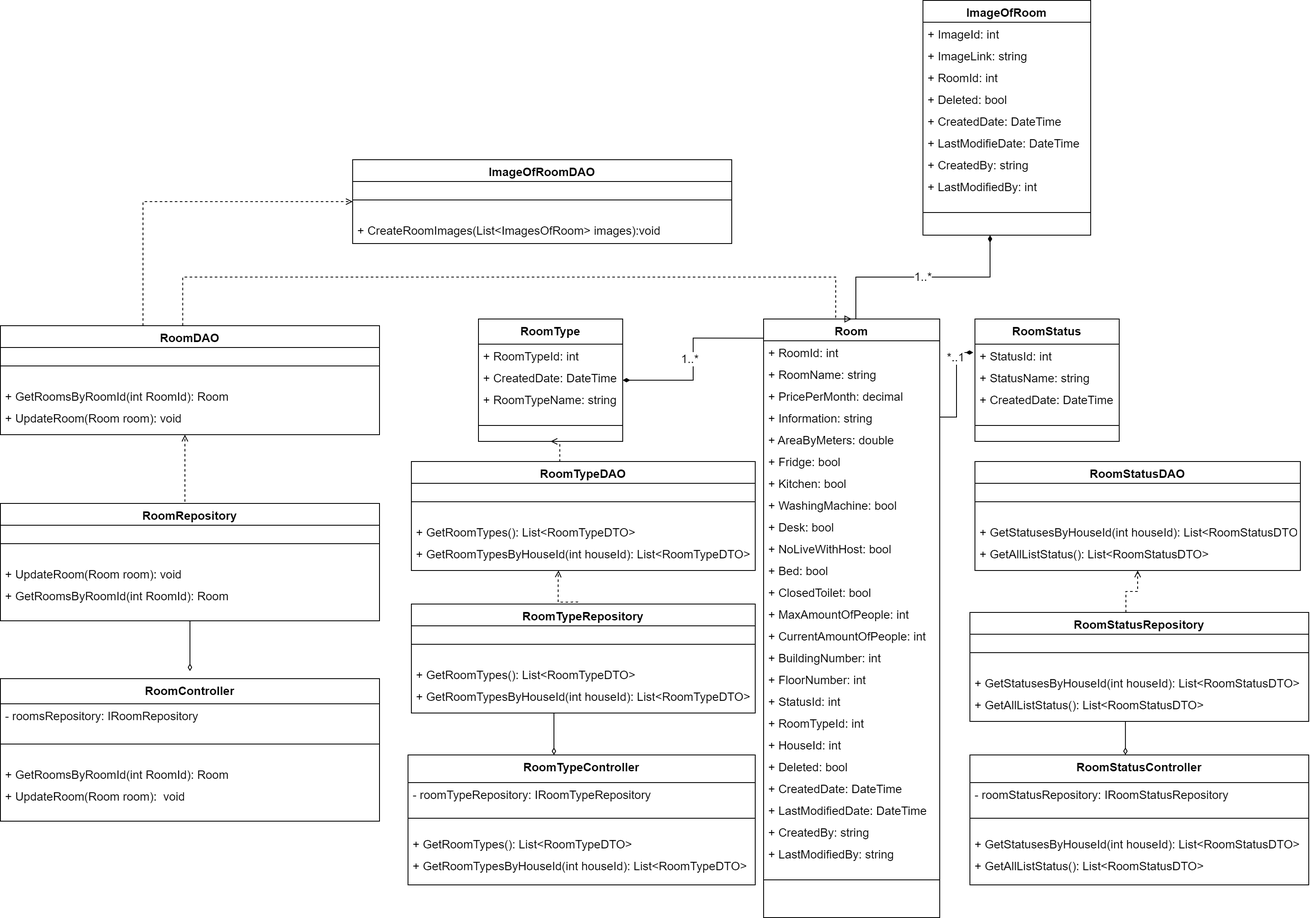
nguyenthegiang/fu-house-finder keeps this draw.io diagram as Documentation/Diagram/Class Diagrams/(Landlord) Update Room -  Class Diagram.drawio.png. Above is the earlier version. Source tidied: cells renumbered, new cells last; positions are measured from the earlier drawing's top-left corner, leaving out a move shared by most shapes.
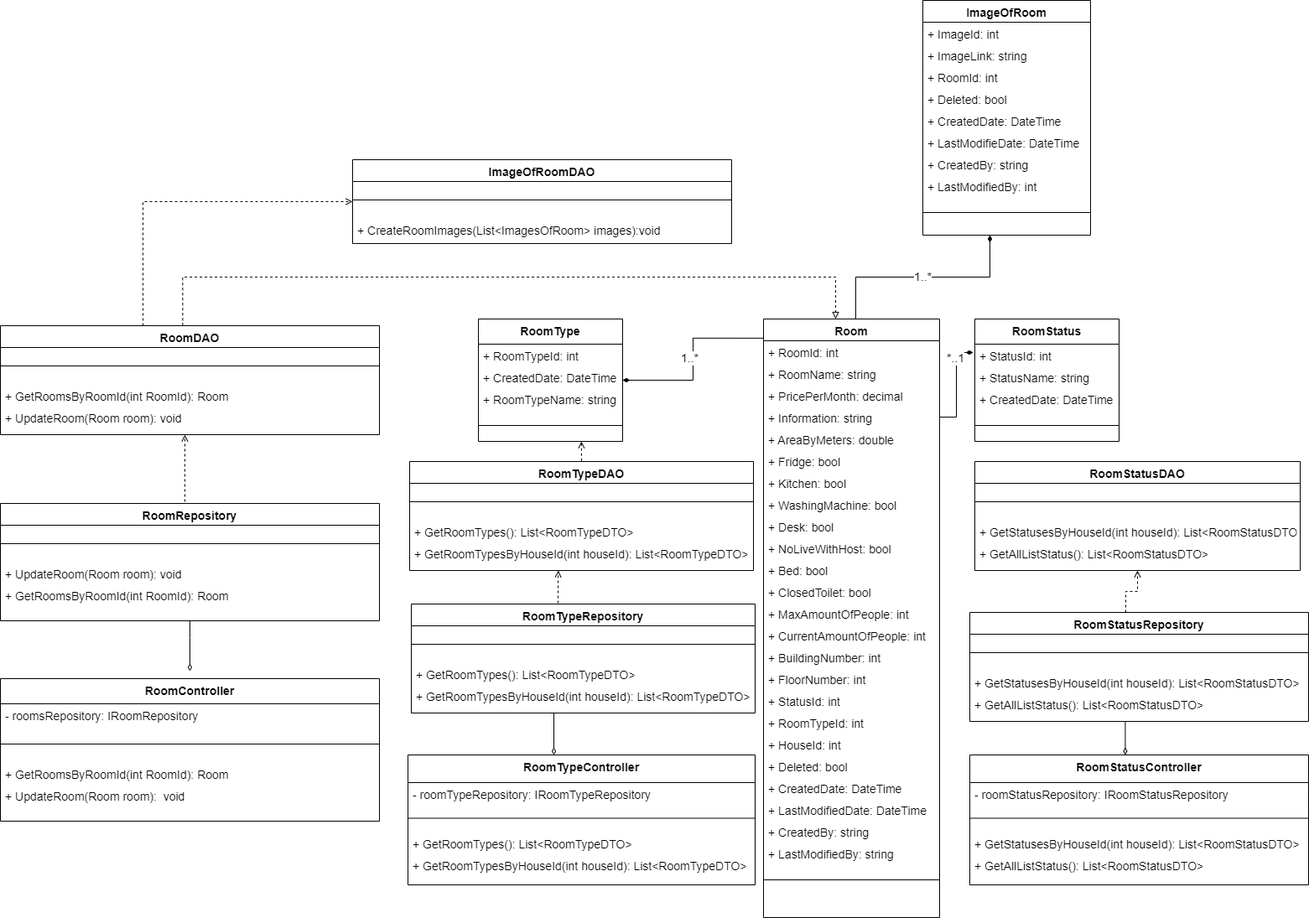
The same diagram one commit later.

What changed in the source:
```diff
@@ -158,13 +158,13 @@
     <mxCell id="48" style="line;html=1;strokeWidth=1;align=left;verticalAlign=middle;spacingTop=-1;spacingLeft=3;spacingRight=3;labelPosition=right;fontSize=14;" parent="23" vertex="1">
       <mxGeometry y="650" width="210" height="38" as="geometry" />
     </mxCell>
-    <mxCell id="49" style="edgeStyle=orthogonalEdgeStyle;rounded=0;jettySize=auto;html=1;startArrow=open;startFill=0;endArrow=none;endFill=0;dashed=1;exitX=0.5;exitY=1;exitDx=0;exitDy=0;fontSize=14;" parent="1" edge="1" source="18">
-      <mxGeometry relative="1" as="geometry">
-        <mxPoint x="667" y="550" as="targetPoint" />
+    <mxCell id="49" style="edgeStyle=orthogonalEdgeStyle;rounded=0;jettySize=auto;html=1;startArrow=open;startFill=0;endArrow=none;endFill=0;dashed=1;fontSize=14;entryX=0.5;entryY=0;entryDx=0;entryDy=0;" parent="1" edge="1" target="50">
+      <mxGeometry x="0.4" y="34" relative="1" as="geometry">
+        <mxPoint x="692.9" y="526" as="sourcePoint" />
       </mxGeometry>
     </mxCell>
     <mxCell id="50" value="RoomTypeDAO" style="swimlane;fontStyle=1;align=center;verticalAlign=top;horizontal=1;startSize=26;rounded=0;shadow=0;strokeWidth=1;fontSize=14;" parent="1" vertex="1">
-      <mxGeometry x="490" y="550" width="410" height="130" as="geometry" />
+      <mxGeometry x="488" y="550" width="410" height="130" as="geometry" />
     </mxCell>
     <mxCell id="51" style="line;html=1;strokeWidth=1;align=left;verticalAlign=middle;spacingTop=-1;spacingLeft=3;spacingRight=3;labelPosition=right;fontSize=14;" parent="50" vertex="1">
       <mxGeometry y="26" width="410" height="44" as="geometry" />
@@ -175,8 +175,9 @@
     <mxCell id="53" value="+ GetRoomTypesByHouseId(int houseId): List&lt;RoomTypeDTO&gt;" style="text;align=left;verticalAlign=top;spacingLeft=4;spacingRight=4;overflow=hidden;rounded=0;shadow=0;html=0;fontSize=14;" parent="50" vertex="1">
       <mxGeometry y="96" width="410" height="26" as="geometry" />
     </mxCell>
-    <mxCell id="54" style="edgeStyle=orthogonalEdgeStyle;rounded=0;jettySize=auto;html=1;dashed=1;startArrow=none;startFill=0;endArrow=open;endFill=0;exitX=0.485;exitY=-0.018;exitDx=0;exitDy=0;exitPerimeter=0;fontSize=14;" parent="1" edge="1" source="55">
+    <mxCell id="54" style="edgeStyle=orthogonalEdgeStyle;rounded=0;orthogonalLoop=1;jettySize=auto;html=1;dashed=1;startArrow=none;startFill=0;endArrow=open;endFill=0;fontSize=14;" parent="1" edge="1">
       <mxGeometry relative="1" as="geometry">
+        <mxPoint x="670" y="720" as="sourcePoint" />
         <mxPoint x="665.4" y="680" as="targetPoint" />
         <Array as="points">
           <mxPoint x="665" y="690" />
@@ -296,8 +297,9 @@
         <mxPoint x="1341.4" y="900" as="targetPoint" />
       </mxGeometry>
     </mxCell>
-    <mxCell id="86" style="edgeStyle=orthogonalEdgeStyle;rounded=0;jettySize=auto;html=1;dashed=1;endArrow=block;endFill=0;entryX=0.5;entryY=0;entryDx=0;entryDy=0;exitX=0.481;exitY=-0.002;exitDx=0;exitDy=0;exitPerimeter=0;fontSize=14;" parent="1" edge="1" source="2" target="23">
+    <mxCell id="86" style="edgeStyle=orthogonalEdgeStyle;rounded=0;jettySize=auto;html=1;dashed=1;endArrow=block;endFill=0;exitX=0.481;exitY=-0.002;exitDx=0;exitDy=0;exitPerimeter=0;fontSize=14;" parent="1" edge="1" source="2">
       <mxGeometry relative="1" as="geometry">
+        <mxPoint x="996" y="380" as="targetPoint" />
         <Array as="points">
           <mxPoint x="217" y="330" />
           <mxPoint x="996" y="330" />
```
